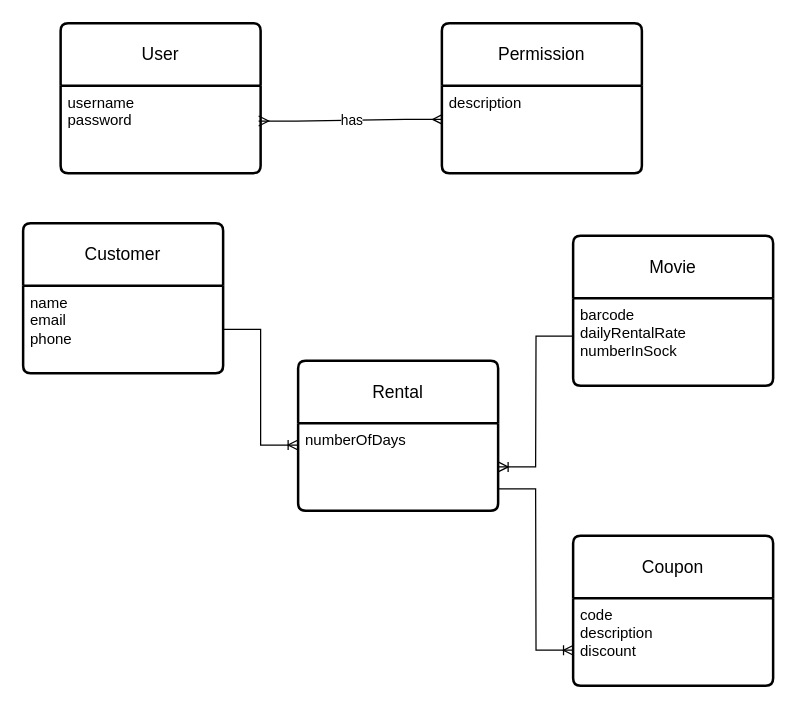
Earlier version of the draw.io diagram Vidly.drawio (NotMax0/MySQLTutorial). Source tidied: cells renumbered, new cells numbered last; positions are measured from the earlier drawing's top-left corner, leaving out a move shared by most shapes. Both pictures are drawn from the tidied source at 125%, with x=0, y=0 at pixel (22, 22).
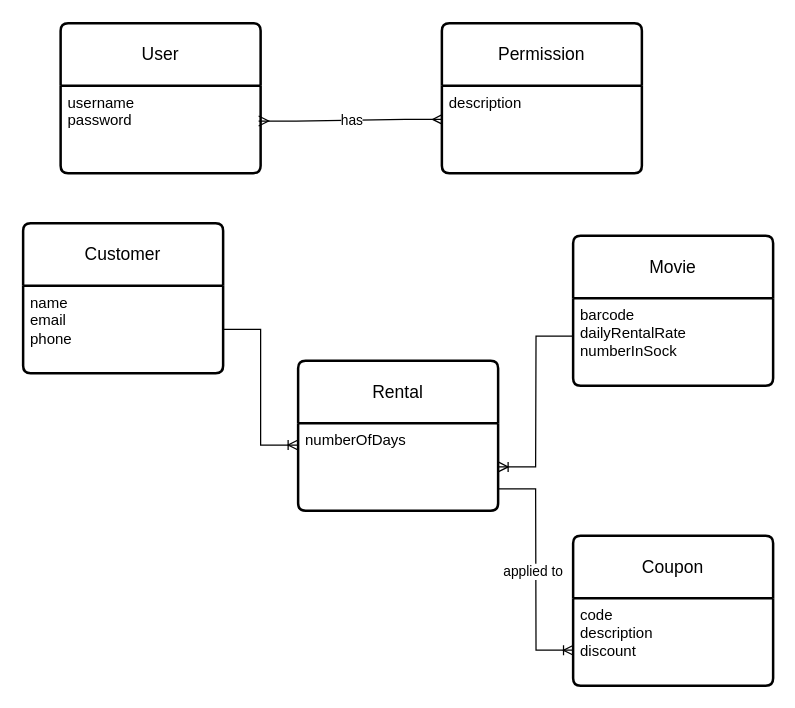
The same page after the edit.

Diff of the diagram source:
```diff
@@
 <mxGraphModel>
   <root>
     <mxCell id="0" />
     <mxCell id="1" parent="0" />
     <mxCell id="2" value="User" style="swimlane;horizontal=1;startSize=50;rounded=1;fontSize=14;fontStyle=0;strokeWidth=2;shadow=0;dashed=0;align=center;arcSize=4;whiteSpace=wrap;html=1;" parent="1" vertex="1">
       <mxGeometry x="30" width="160" height="120" as="geometry" />
     </mxCell>
     <mxCell id="3" value="username&lt;div&gt;password&lt;/div&gt;" style="align=left;strokeColor=none;fillColor=none;spacingLeft=4;fontSize=12;verticalAlign=top;html=1;" parent="2" vertex="1">
       <mxGeometry y="50" width="160" height="70" as="geometry" />
     </mxCell>
     <mxCell id="4" value="Permission" style="swimlane;horizontal=1;startSize=50;rounded=1;fontSize=14;fontStyle=0;strokeWidth=2;shadow=0;dashed=0;align=center;arcSize=4;whiteSpace=wrap;html=1;" parent="1" vertex="1">
       <mxGeometry x="335" width="160" height="120" as="geometry" />
     </mxCell>
     <mxCell id="5" value="description" style="align=left;strokeColor=none;fillColor=none;spacingLeft=4;fontSize=12;verticalAlign=top;html=1;" parent="4" vertex="1">
       <mxGeometry y="50" width="160" height="70" as="geometry" />
     </mxCell>
     <mxCell id="6" style="edgeStyle=entityRelationEdgeStyle;fontSize=12;html=1;endArrow=ERmany;startArrow=ERmany;rounded=0;exitX=0.99;exitY=0.405;exitDx=0;exitDy=0;exitPerimeter=0;entryX=0.004;entryY=0.386;entryDx=0;entryDy=0;entryPerimeter=0;" parent="1" edge="1" source="3" target="5">
       <mxGeometry relative="1" as="geometry" />
     </mxCell>
     <mxCell id="7" value="has" style="edgeLabel;html=1;align=center;verticalAlign=middle;" parent="6" vertex="1">
       <mxGeometry x="0.01" relative="1" as="geometry" />
     </mxCell>
     <mxCell id="8" value="Customer" style="swimlane;horizontal=1;startSize=50;rounded=1;fontSize=14;fontStyle=0;strokeWidth=2;shadow=0;dashed=0;align=center;arcSize=4;whiteSpace=wrap;html=1;" parent="1" vertex="1">
       <mxGeometry y="160" width="160" height="120" as="geometry" />
     </mxCell>
     <mxCell id="9" value="name&lt;div&gt;email&lt;/div&gt;&lt;div&gt;phone&lt;/div&gt;" style="align=left;strokeColor=none;fillColor=none;spacingLeft=4;fontSize=12;verticalAlign=top;html=1;" parent="8" vertex="1">
       <mxGeometry y="50" width="160" height="70" as="geometry" />
     </mxCell>
     <mxCell id="10" value="Movie" style="swimlane;horizontal=1;startSize=50;rounded=1;fontSize=14;fontStyle=0;strokeWidth=2;shadow=0;dashed=0;align=center;arcSize=4;whiteSpace=wrap;html=1;" parent="1" vertex="1">
       <mxGeometry x="440" y="170" width="160" height="120" as="geometry" />
     </mxCell>
     <mxCell id="11" value="barcode&lt;div&gt;dailyRentalRate&lt;/div&gt;&lt;div&gt;numberInSock&lt;/div&gt;" style="align=left;strokeColor=none;fillColor=none;spacingLeft=4;fontSize=12;verticalAlign=top;html=1;" parent="10" vertex="1">
       <mxGeometry y="50" width="160" height="70" as="geometry" />
     </mxCell>
     <mxCell id="12" value="Rental" style="swimlane;horizontal=1;startSize=50;rounded=1;fontSize=14;fontStyle=0;strokeWidth=2;shadow=0;dashed=0;align=center;arcSize=4;whiteSpace=wrap;html=1;" parent="1" vertex="1">
       <mxGeometry x="220" y="270" width="160" height="120" as="geometry" />
     </mxCell>
     <mxCell id="13" value="numberOfDays" style="align=left;strokeColor=none;fillColor=none;spacingLeft=4;fontSize=12;verticalAlign=top;html=1;" parent="12" vertex="1">
       <mxGeometry y="50" width="160" height="70" as="geometry" />
     </mxCell>
     <mxCell id="14" value="Coupon" style="swimlane;horizontal=1;startSize=50;rounded=1;fontSize=14;fontStyle=0;strokeWidth=2;shadow=0;dashed=0;align=center;arcSize=4;whiteSpace=wrap;html=1;" parent="1" vertex="1">
       <mxGeometry x="440" y="410" width="160" height="120" as="geometry" />
     </mxCell>
     <mxCell id="15" value="code&lt;div&gt;description&lt;/div&gt;&lt;div&gt;discount&lt;/div&gt;" style="align=left;strokeColor=none;fillColor=none;spacingLeft=4;fontSize=12;verticalAlign=top;html=1;" parent="14" vertex="1">
       <mxGeometry y="50" width="160" height="70" as="geometry" />
     </mxCell>
     <mxCell id="16" style="edgeStyle=entityRelationEdgeStyle;fontSize=12;html=1;endArrow=ERoneToMany;rounded=0;exitX=1;exitY=0.5;exitDx=0;exitDy=0;entryX=0;entryY=0.25;entryDx=0;entryDy=0;endFill=0;" parent="1" edge="1" source="9" target="13">
       <mxGeometry relative="1" as="geometry" />
     </mxCell>
     <mxCell id="17" style="edgeStyle=entityRelationEdgeStyle;fontSize=12;html=1;endArrow=ERoneToMany;rounded=0;entryX=1;entryY=0.5;entryDx=0;entryDy=0;exitX=0.002;exitY=0.433;exitDx=0;exitDy=0;exitPerimeter=0;" parent="1" edge="1" source="11" target="13">
       <mxGeometry relative="1" as="geometry" />
     </mxCell>
     <mxCell id="18" style="edgeStyle=entityRelationEdgeStyle;fontSize=12;html=1;endArrow=ERoneToMany;rounded=0;exitX=1;exitY=0.75;exitDx=0;exitDy=0;entryX=0.002;entryY=0.595;entryDx=0;entryDy=0;entryPerimeter=0;" parent="1" edge="1" source="13" target="15">
       <mxGeometry relative="1" as="geometry" />
     </mxCell>
+    <mxCell id="19" value="applied to" style="edgeLabel;html=1;align=center;verticalAlign=middle;" parent="18" vertex="1">
+      <mxGeometry x="0.02" y="-3" relative="1" as="geometry" />
+    </mxCell>
   </root>
 </mxGraphModel>
```
